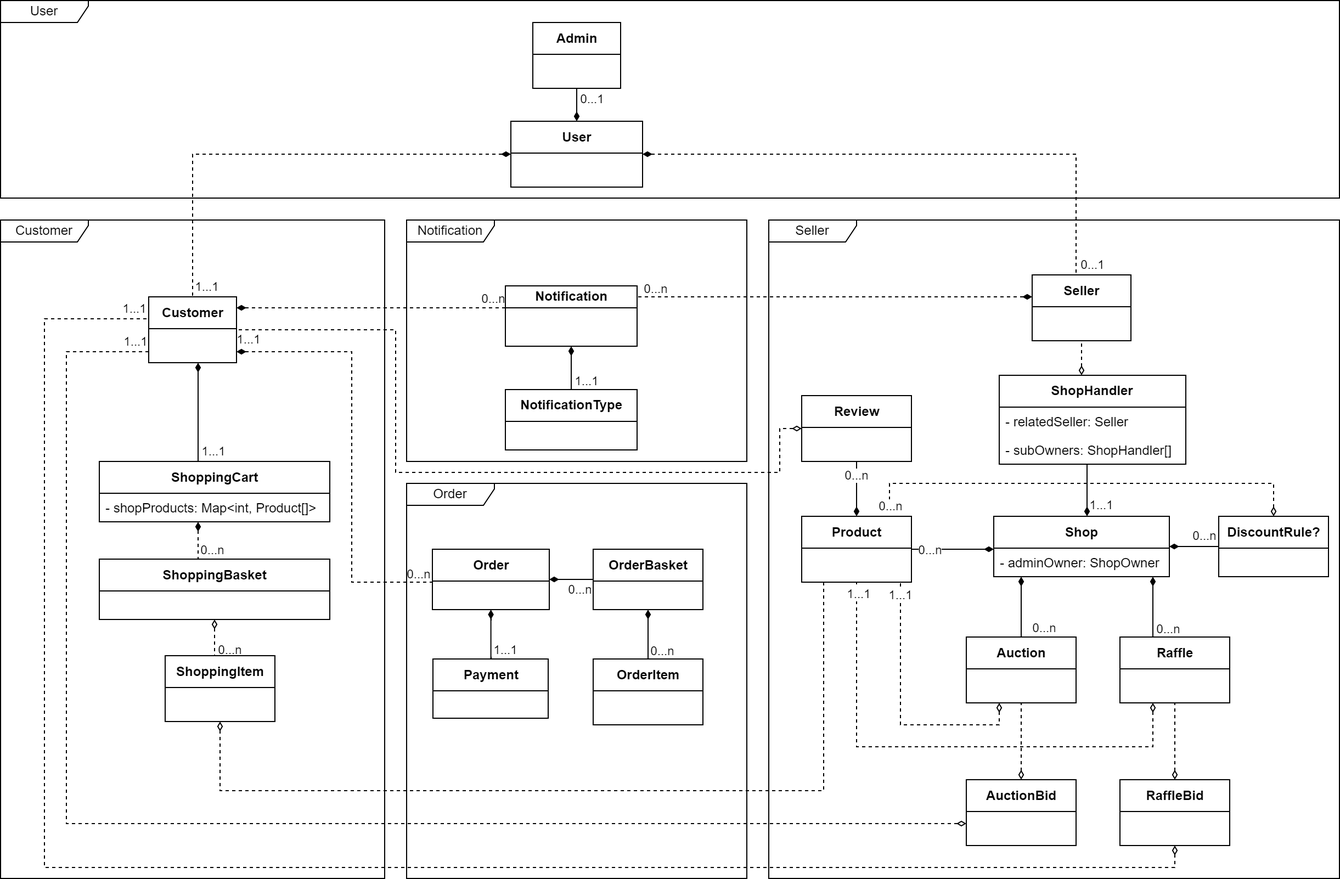
Earlier version of the draw.io export docs/uml.png (AlekseiTovkachev/shukersal-deal). Source tidied: cells renumbered, new cells last; positions are measured from the earlier drawing's top-left corner, leaving out a move shared by most shapes.
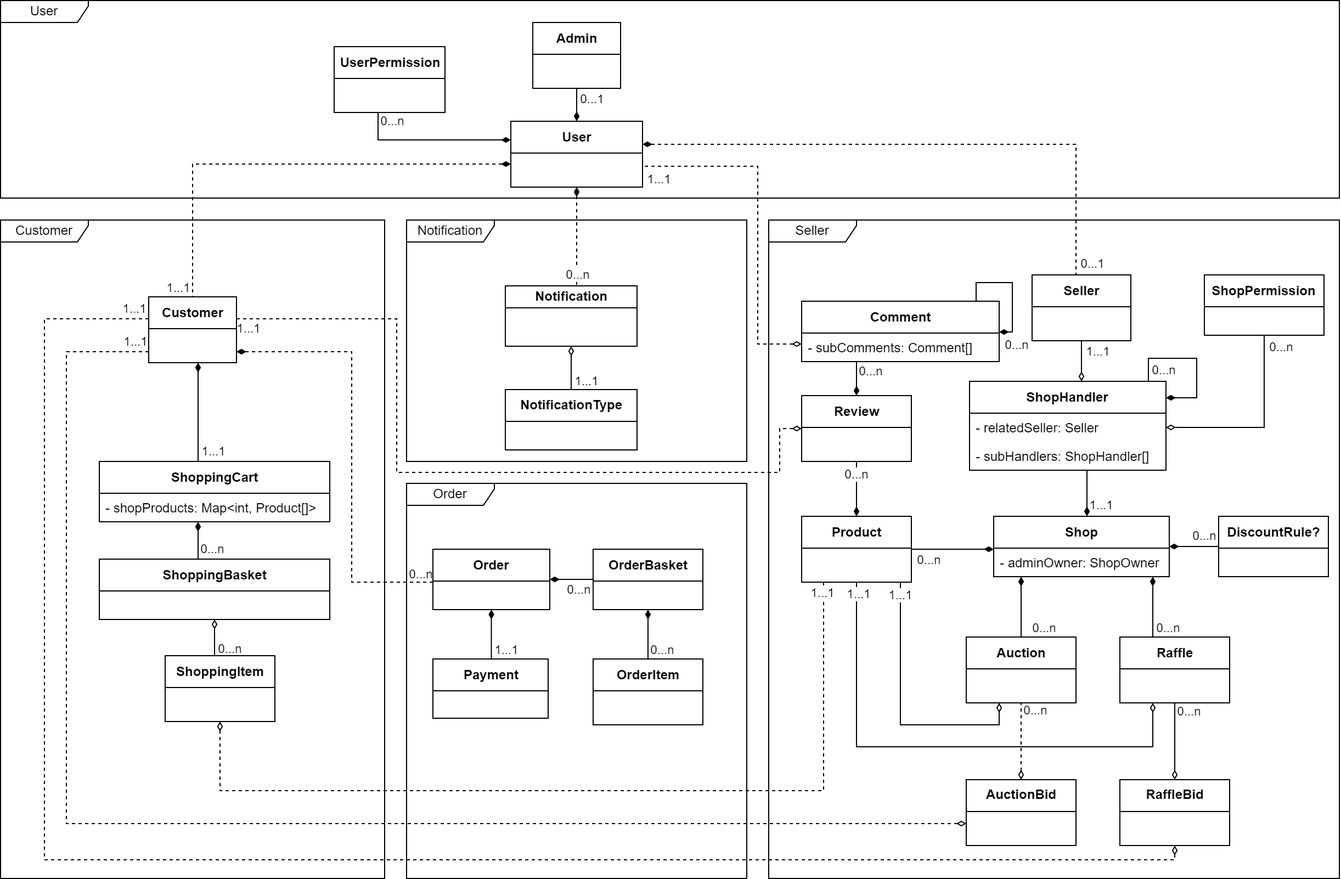
The same diagram one commit later.

Commit message:
Updated uml diagram

The edit, as a diff of the source:
```diff
@@ -16,3 +16,3 @@
         <Array as="points">
-          <mxPoint x="175" y="140" />
+          <mxPoint x="175" y="149" />
         </Array>
@@ -22,3 +22,3 @@
       <mxGeometry x="0.33" y="1" relative="1" as="geometry">
-        <mxPoint y="119" as="offset" />
+        <mxPoint x="-31" y="111" as="offset" />
       </mxGeometry>
@@ -28,4 +28,3 @@
         <Array as="points">
-          <mxPoint x="980" y="140" />
-          <mxPoint x="980" y="270" />
+          <mxPoint x="980" y="131" />
         </Array>
@@ -51,2 +50,14 @@
     </mxCell>
+    <mxCell id="87" style="edgeStyle=orthogonalEdgeStyle;rounded=0;jettySize=auto;html=1;endArrow=none;endFill=0;startArrow=diamondThin;startFill=1;" parent="1" edge="1" source="11" target="100">
+      <mxGeometry relative="1" as="geometry">
+        <Array as="points">
+          <mxPoint x="344" y="127" />
+        </Array>
+      </mxGeometry>
+    </mxCell>
+    <mxCell id="88" value="0...n" style="edgeLabel;html=1;align=center;verticalAlign=middle;" parent="87" vertex="1">
+      <mxGeometry x="-0.66" relative="1" as="geometry">
+        <mxPoint x="-84" y="-18" as="offset" />
+      </mxGeometry>
+    </mxCell>
     <mxCell id="11" value="User" style="swimlane;fontStyle=1;align=center;verticalAlign=middle;horizontal=1;startSize=29;html=1;" parent="1" vertex="1">
@@ -67,7 +78,6 @@
     </mxCell>
-    <mxCell id="14" style="edgeStyle=orthogonalEdgeStyle;rounded=0;jettySize=auto;html=1;dashed=1;endArrow=none;endFill=0;startArrow=diamondThin;startFill=1;" parent="1" edge="1" source="16" target="60">
+    <mxCell id="14" style="edgeStyle=orthogonalEdgeStyle;rounded=0;jettySize=auto;html=1;dashed=1;endArrow=none;endFill=0;startArrow=diamondThin;startFill=1;" parent="1" edge="1" source="11" target="60">
       <mxGeometry relative="1" as="geometry">
         <Array as="points">
-          <mxPoint x="330" y="280" />
-          <mxPoint x="330" y="280" />
+          <mxPoint x="525" y="280" />
         </Array>
@@ -77,3 +87,3 @@
       <mxGeometry x="0.91" y="3" relative="1" as="geometry">
-        <mxPoint x="-1" y="-6" as="offset" />
+        <mxPoint x="-3" y="-7" as="offset" />
       </mxGeometry>
@@ -89,3 +99,3 @@
     </mxCell>
-    <mxCell id="19" style="edgeStyle=orthogonalEdgeStyle;rounded=0;jettySize=auto;html=1;dashed=1;startArrow=diamondThin;startFill=1;endArrow=none;endFill=0;" parent="1" edge="1" source="21" target="65">
+    <mxCell id="19" style="edgeStyle=orthogonalEdgeStyle;rounded=0;jettySize=auto;html=1;startArrow=diamondThin;startFill=1;endArrow=none;endFill=0;" parent="1" edge="1" source="21" target="65">
       <mxGeometry relative="1" as="geometry">
@@ -108,3 +118,3 @@
     </mxCell>
-    <mxCell id="23" style="edgeStyle=orthogonalEdgeStyle;rounded=0;jettySize=auto;html=1;endArrow=none;endFill=0;startArrow=diamondThin;startFill=0;dashed=1;" parent="1" edge="1" source="65" target="66">
+    <mxCell id="23" style="edgeStyle=orthogonalEdgeStyle;rounded=0;jettySize=auto;html=1;endArrow=none;endFill=0;startArrow=diamondThin;startFill=0;" parent="1" edge="1" source="65" target="66">
       <mxGeometry relative="1" as="geometry">
@@ -143,3 +153,3 @@
     <mxCell id="29" value="Order" style="swimlane;fontStyle=1;align=center;verticalAlign=middle;horizontal=1;startSize=29;html=1;" parent="1" vertex="1">
-      <mxGeometry x="393.5" y="500" width="106.5" height="55" as="geometry" />
+      <mxGeometry x="394" y="500" width="106.5" height="55" as="geometry" />
     </mxCell>
@@ -155,3 +165,3 @@
       <mxGeometry x="0.82" relative="1" as="geometry">
-        <mxPoint x="9" as="offset" />
+        <mxPoint x="8" y="9" as="offset" />
       </mxGeometry>
@@ -166,15 +176,2 @@
     </mxCell>
-    <mxCell id="34" style="edgeStyle=orthogonalEdgeStyle;rounded=0;jettySize=auto;html=1;dashed=1;endArrow=none;endFill=0;startArrow=diamondThin;startFill=1;" parent="1" edge="1" source="18" target="60">
-      <mxGeometry relative="1" as="geometry">
-        <Array as="points">
-          <mxPoint x="760" y="270" />
-          <mxPoint x="760" y="270" />
-        </Array>
-      </mxGeometry>
-    </mxCell>
-    <mxCell id="35" value="0...n" style="edgeLabel;html=1;align=center;verticalAlign=middle;" parent="34" vertex="1">
-      <mxGeometry x="0.96" y="-2" relative="1" as="geometry">
-        <mxPoint x="8" y="-6" as="offset" />
-      </mxGeometry>
-    </mxCell>
     <mxCell id="36" style="edgeStyle=orthogonalEdgeStyle;rounded=0;jettySize=auto;html=1;endArrow=none;endFill=0;startArrow=diamondThin;startFill=1;" parent="1" edge="1" source="38" target="64">
@@ -198,3 +195,3 @@
     </mxCell>
-    <mxCell id="40" style="edgeStyle=orthogonalEdgeStyle;rounded=0;jettySize=auto;html=1;dashed=1;startArrow=diamondThin;startFill=0;endArrow=none;endFill=0;" parent="1" edge="1" source="41" target="18">
+    <mxCell id="40" style="edgeStyle=orthogonalEdgeStyle;rounded=0;jettySize=auto;html=1;startArrow=diamondThin;startFill=0;endArrow=none;endFill=0;" parent="1" edge="1" source="41" target="18">
       <mxGeometry relative="1" as="geometry">
@@ -206,10 +203,15 @@
     </mxCell>
+    <mxCell id="89" value="1...1" style="edgeLabel;html=1;align=center;verticalAlign=middle;" parent="40" vertex="1">
+      <mxGeometry x="0.73" relative="1" as="geometry">
+        <mxPoint x="14" y="5" as="offset" />
+      </mxGeometry>
+    </mxCell>
     <mxCell id="41" value="ShopHandler" style="swimlane;fontStyle=1;align=center;verticalAlign=middle;horizontal=1;startSize=29;html=1;whiteSpace=wrap;" parent="1" vertex="1">
-      <mxGeometry x="910" y="341.5" width="170" height="81" as="geometry" />
+      <mxGeometry x="883" y="347" width="179" height="81" as="geometry" />
     </mxCell>
     <mxCell id="42" value="- relatedSeller: Seller" style="text;strokeColor=none;fillColor=none;align=left;verticalAlign=top;spacingLeft=4;spacingRight=4;overflow=hidden;points=[[0,0.5],[1,0.5]];portConstraint=eastwest;" parent="41" vertex="1">
-      <mxGeometry y="29" width="170" height="26" as="geometry" />
+      <mxGeometry y="29" width="179" height="26" as="geometry" />
     </mxCell>
-    <mxCell id="43" value="- subOwners: ShopHandler[]" style="text;strokeColor=none;fillColor=none;align=left;verticalAlign=top;spacingLeft=4;spacingRight=4;overflow=hidden;" parent="41" vertex="1">
-      <mxGeometry y="55" width="170" height="26" as="geometry" />
+    <mxCell id="43" value="- subHandlers: ShopHandler[]" style="text;strokeColor=none;fillColor=none;align=left;verticalAlign=top;spacingLeft=4;spacingRight=4;overflow=hidden;" parent="41" vertex="1">
+      <mxGeometry y="55" width="179" height="26" as="geometry" />
     </mxCell>
@@ -236,2 +238,7 @@
     </mxCell>
+    <mxCell id="90" value="1...1" style="edgeLabel;html=1;align=center;verticalAlign=middle;" parent="46" vertex="1">
+      <mxGeometry x="-0.95" y="-1" relative="1" as="geometry">
+        <mxPoint x="549" y="-139" as="offset" />
+      </mxGeometry>
+    </mxCell>
     <mxCell id="47" style="edgeStyle=orthogonalEdgeStyle;rounded=0;jettySize=auto;html=1;startArrow=diamondThin;startFill=1;endArrow=none;endFill=0;" parent="1" edge="1" source="49" target="73">
@@ -250,15 +257,2 @@
     </mxCell>
-    <mxCell id="51" style="edgeStyle=orthogonalEdgeStyle;rounded=0;jettySize=auto;html=1;dashed=1;endArrow=none;endFill=0;startArrow=diamondThin;startFill=0;" parent="1" edge="1" source="53" target="49">
-      <mxGeometry relative="1" as="geometry">
-        <Array as="points">
-          <mxPoint x="1160" y="440" />
-          <mxPoint x="810" y="440" />
-        </Array>
-      </mxGeometry>
-    </mxCell>
-    <mxCell id="52" value="0...n" style="edgeLabel;html=1;align=center;verticalAlign=middle;" parent="51" vertex="1">
-      <mxGeometry x="0.88" relative="1" as="geometry">
-        <mxPoint y="15" as="offset" />
-      </mxGeometry>
-    </mxCell>
     <mxCell id="53" value="DiscountRule?" style="swimlane;fontStyle=1;align=center;verticalAlign=middle;horizontal=1;startSize=29;html=1;" parent="1" vertex="1">
@@ -282,6 +276,6 @@
       <mxGeometry x="0.93" relative="1" as="geometry">
-        <mxPoint x="1" y="-8" as="offset" />
+        <mxPoint x="2" y="-8" as="offset" />
       </mxGeometry>
     </mxCell>
-    <mxCell id="58" style="edgeStyle=orthogonalEdgeStyle;rounded=0;jettySize=auto;html=1;startArrow=diamondThin;startFill=1;endArrow=none;endFill=0;" parent="1" edge="1" source="60" target="61">
+    <mxCell id="58" style="edgeStyle=orthogonalEdgeStyle;rounded=0;jettySize=auto;html=1;startArrow=diamondThin;startFill=0;endArrow=none;endFill=0;" parent="1" edge="1" source="60" target="61">
       <mxGeometry relative="1" as="geometry" />
@@ -299,3 +293,3 @@
     </mxCell>
-    <mxCell id="62" style="edgeStyle=orthogonalEdgeStyle;rounded=0;jettySize=auto;html=1;dashed=1;startArrow=diamondThin;startFill=0;endArrow=none;endFill=0;" parent="1" edge="1" source="64" target="49">
+    <mxCell id="62" style="edgeStyle=orthogonalEdgeStyle;rounded=0;jettySize=auto;html=1;startArrow=diamondThin;startFill=0;endArrow=none;endFill=0;" parent="1" edge="1" source="64" target="49">
       <mxGeometry relative="1" as="geometry">
@@ -340,4 +334,4 @@
           <mxPoint x="710" y="430" />
-          <mxPoint x="360" y="430" />
-          <mxPoint x="360" y="300" />
+          <mxPoint x="361" y="430" />
+          <mxPoint x="361" y="290" />
         </Array>
@@ -350,2 +344,15 @@
     </mxCell>
+    <mxCell id="91" style="edgeStyle=orthogonalEdgeStyle;rounded=0;jettySize=auto;html=1;endArrow=none;endFill=0;startArrow=diamondThin;startFill=1;" parent="1" edge="1" source="73" target="103">
+      <mxGeometry relative="1" as="geometry">
+        <Array as="points">
+          <mxPoint x="780" y="334" />
+          <mxPoint x="780" y="334" />
+        </Array>
+      </mxGeometry>
+    </mxCell>
+    <mxCell id="92" value="0...n" style="edgeLabel;html=1;align=center;verticalAlign=middle;" parent="91" vertex="1">
+      <mxGeometry x="-0.34" y="1" relative="1" as="geometry">
+        <mxPoint x="13" y="-13" as="offset" />
+      </mxGeometry>
+    </mxCell>
     <mxCell id="73" value="Review" style="swimlane;fontStyle=1;align=center;verticalAlign=middle;horizontal=1;startSize=29;html=1;" parent="1" vertex="1">
@@ -369,2 +376,7 @@
     </mxCell>
+    <mxCell id="93" value="0...n" style="edgeLabel;html=1;align=center;verticalAlign=middle;" parent="76" vertex="1">
+      <mxGeometry x="0.81" y="1" relative="1" as="geometry">
+        <mxPoint x="13" as="offset" />
+      </mxGeometry>
+    </mxCell>
     <mxCell id="77" value="AuctionBid" style="swimlane;fontStyle=1;align=center;verticalAlign=middle;horizontal=1;startSize=29;html=1;" parent="1" vertex="1">
@@ -385,3 +397,3 @@
     </mxCell>
-    <mxCell id="80" style="edgeStyle=orthogonalEdgeStyle;rounded=0;jettySize=auto;html=1;dashed=1;startArrow=diamondThin;startFill=0;endArrow=none;endFill=0;" parent="1" edge="1" source="82" target="49">
+    <mxCell id="80" style="edgeStyle=orthogonalEdgeStyle;rounded=0;jettySize=auto;html=1;startArrow=diamondThin;startFill=0;endArrow=none;endFill=0;" parent="1" edge="1" source="82" target="49">
       <mxGeometry relative="1" as="geometry">
@@ -399,5 +411,10 @@
     </mxCell>
-    <mxCell id="83" style="edgeStyle=orthogonalEdgeStyle;rounded=0;jettySize=auto;html=1;startArrow=diamondThin;startFill=0;endArrow=none;endFill=0;dashed=1;" parent="1" edge="1" source="86" target="82">
+    <mxCell id="83" style="edgeStyle=orthogonalEdgeStyle;rounded=0;jettySize=auto;html=1;startArrow=diamondThin;startFill=0;endArrow=none;endFill=0;" parent="1" edge="1" source="86" target="82">
       <mxGeometry relative="1" as="geometry" />
     </mxCell>
+    <mxCell id="94" value="0...n" style="edgeLabel;html=1;align=center;verticalAlign=middle;" parent="83" vertex="1">
+      <mxGeometry x="0.69" y="-1" relative="1" as="geometry">
+        <mxPoint x="11" y="-4" as="offset" />
+      </mxGeometry>
+    </mxCell>
     <mxCell id="84" style="edgeStyle=orthogonalEdgeStyle;rounded=0;jettySize=auto;html=1;dashed=1;startArrow=diamondThin;startFill=0;endArrow=none;endFill=0;" parent="1" edge="1" source="86" target="16">
@@ -405,4 +422,4 @@
         <Array as="points">
-          <mxPoint x="1070" y="790" />
-          <mxPoint x="40" y="790" />
+          <mxPoint x="1070" y="783" />
+          <mxPoint x="40" y="783" />
           <mxPoint x="40" y="290" />
@@ -419,2 +436,64 @@
     </mxCell>
+    <mxCell id="95" value="ShopPermission" style="swimlane;fontStyle=1;align=center;verticalAlign=middle;horizontal=1;startSize=29;html=1;whiteSpace=wrap;" parent="1" vertex="1">
+      <mxGeometry x="1097" y="250" width="109" height="55" as="geometry" />
+    </mxCell>
+    <mxCell id="96" style="edgeStyle=orthogonalEdgeStyle;rounded=0;jettySize=auto;html=1;endArrow=none;endFill=0;startArrow=diamondThin;startFill=0;" parent="1" edge="1" source="42" target="95">
+      <mxGeometry relative="1" as="geometry" />
+    </mxCell>
+    <mxCell id="97" value="0...n" style="edgeLabel;html=1;align=center;verticalAlign=middle;" parent="96" vertex="1">
+      <mxGeometry x="-0.79" y="-1" relative="1" as="geometry">
+        <mxPoint x="86" y="-75" as="offset" />
+      </mxGeometry>
+    </mxCell>
+    <mxCell id="98" style="edgeStyle=orthogonalEdgeStyle;rounded=0;orthogonalLoop=1;jettySize=auto;html=1;endArrow=diamondThin;endFill=1;" parent="1" edge="1" source="41" target="41">
+      <mxGeometry relative="1" as="geometry">
+        <Array as="points">
+          <mxPoint x="1046" y="326" />
+          <mxPoint x="1090" y="326" />
+          <mxPoint x="1090" y="362" />
+        </Array>
+      </mxGeometry>
+    </mxCell>
+    <mxCell id="99" value="0...n" style="edgeLabel;html=1;align=center;verticalAlign=middle;" parent="98" vertex="1">
+      <mxGeometry x="-0.04" y="-2" relative="1" as="geometry">
+        <mxPoint x="-28" y="8" as="offset" />
+      </mxGeometry>
+    </mxCell>
+    <mxCell id="100" value="UserPermission" style="swimlane;fontStyle=1;align=center;verticalAlign=middle;horizontal=1;startSize=29;html=1;" parent="1" vertex="1">
+      <mxGeometry x="304" y="42" width="101" height="60" as="geometry" />
+    </mxCell>
+    <mxCell id="101" style="edgeStyle=orthogonalEdgeStyle;rounded=0;jettySize=auto;html=1;endArrow=none;endFill=0;startArrow=diamondThin;startFill=0;dashed=1;" parent="1" edge="1" source="103" target="11">
+      <mxGeometry relative="1" as="geometry">
+        <Array as="points">
+          <mxPoint x="690" y="313" />
+          <mxPoint x="690" y="151" />
+        </Array>
+      </mxGeometry>
+    </mxCell>
+    <mxCell id="102" value="1...1" style="edgeLabel;html=1;align=center;verticalAlign=middle;" parent="101" vertex="1">
+      <mxGeometry x="-0.97" relative="1" as="geometry">
+        <mxPoint x="-126" y="-151" as="offset" />
+      </mxGeometry>
+    </mxCell>
+    <mxCell id="103" value="Comment" style="swimlane;fontStyle=1;align=center;verticalAlign=middle;horizontal=1;startSize=29;html=1;" parent="1" vertex="1">
+      <mxGeometry x="730" y="274" width="180" height="55" as="geometry" />
+    </mxCell>
+    <mxCell id="104" value="- subComments: Comment[]" style="text;strokeColor=none;fillColor=none;align=left;verticalAlign=top;spacingLeft=4;spacingRight=4;overflow=hidden;" parent="103" vertex="1">
+      <mxGeometry y="29" width="180" height="26" as="geometry" />
+    </mxCell>
+    <mxCell id="105" style="edgeStyle=orthogonalEdgeStyle;rounded=0;orthogonalLoop=1;jettySize=auto;html=1;exitX=0.75;exitY=0;exitDx=0;exitDy=0;endArrow=diamondThin;endFill=1;" parent="1" edge="1" source="103" target="103">
+      <mxGeometry relative="1" as="geometry">
+        <Array as="points">
+          <mxPoint x="889" y="274" />
+          <mxPoint x="889" y="257" />
+          <mxPoint x="922" y="257" />
+          <mxPoint x="922" y="302" />
+        </Array>
+      </mxGeometry>
+    </mxCell>
+    <mxCell id="106" value="0...n" style="edgeLabel;html=1;align=center;verticalAlign=middle;" parent="105" vertex="1">
+      <mxGeometry x="-0.09" relative="1" as="geometry">
+        <mxPoint x="17" y="56" as="offset" />
+      </mxGeometry>
+    </mxCell>
   </root>
```
